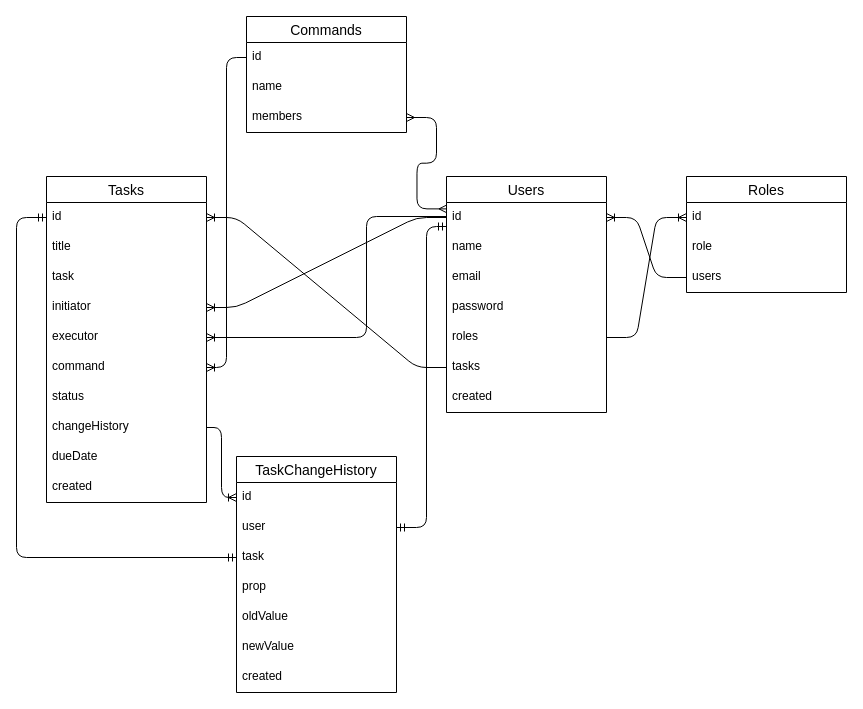
This is mongodb.drawio from SarkisMKRtchian/nanoproduct_test, a draw.io file, before an edit. Source tidied: cells renumbered, new cells numbered last; positions are measured from the earlier drawing's top-left corner, leaving out a move shared by most shapes. Both pictures are drawn from the tidied source at 100%, with x=0, y=0 at pixel (16, 16).
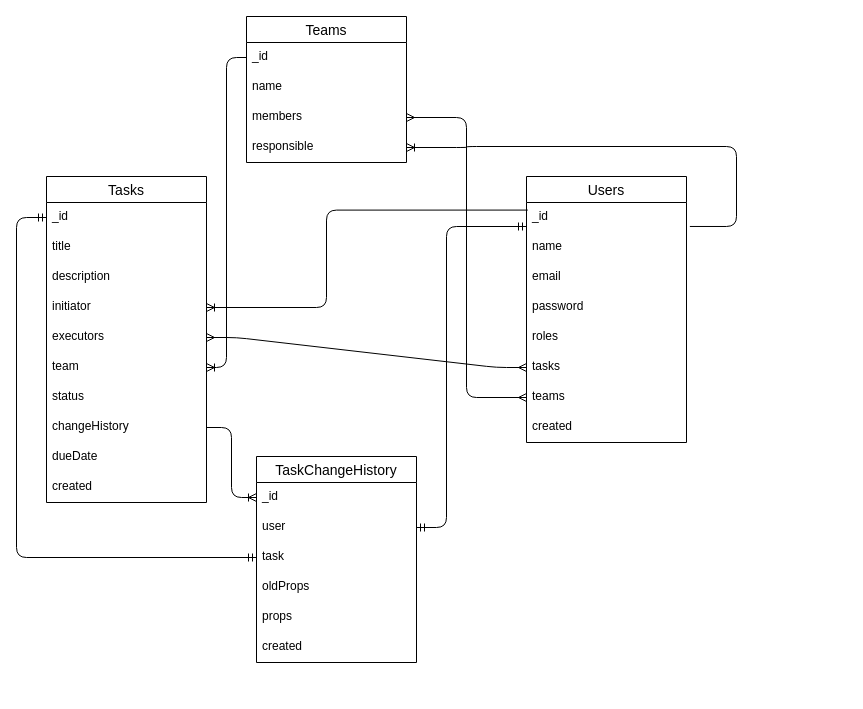
After the change.

Unchanged cells that the change refers to:
```xml
<mxCell id="7" value="roles" style="text;strokeColor=none;fillColor=none;spacingLeft=4;spacingRight=4;overflow=hidden;points=[[0,0.5],[1,0.5]];portConstraint=eastwest;fontSize=12;" parent="2" vertex="1">
  <mxGeometry y="146" width="160" height="30" as="geometry" />
</mxCell>
<mxCell id="8" value="tasks" style="text;strokeColor=none;fillColor=none;spacingLeft=4;spacingRight=4;overflow=hidden;points=[[0,0.5],[1,0.5]];portConstraint=eastwest;fontSize=12;" parent="2" vertex="1">
  <mxGeometry y="176" width="160" height="30" as="geometry" />
</mxCell>
<mxCell id="10" value="Tasks" style="swimlane;fontStyle=0;horizontal=1;startSize=26;align=center;fontSize=14;" parent="1" vertex="1">
  <mxGeometry x="30" y="160" width="160" height="326" as="geometry" />
</mxCell>
<mxCell id="14" value="initiator" style="text;strokeColor=none;fillColor=none;spacingLeft=4;spacingRight=4;overflow=hidden;points=[[0,0.5],[1,0.5]];portConstraint=eastwest;fontSize=12;" parent="10" vertex="1">
  <mxGeometry y="116" width="160" height="30" as="geometry" />
</mxCell>
<mxCell id="24" value="members" style="text;strokeColor=none;fillColor=none;spacingLeft=4;spacingRight=4;overflow=hidden;points=[[0,0.5],[1,0.5]];portConstraint=eastwest;fontSize=12;" parent="21" vertex="1">
  <mxGeometry y="86" width="160" height="30" as="geometry" />
</mxCell>
<mxCell id="37" value="user" style="text;strokeColor=none;fillColor=none;spacingLeft=4;spacingRight=4;overflow=hidden;points=[[0,0.5],[1,0.5]];portConstraint=eastwest;fontSize=12;" parent="35" vertex="1">
  <mxGeometry y="56" width="160" height="30" as="geometry" />
</mxCell>
```

Change to the diagram source:
```diff
@@
     <mxCell id="2" value="Users" style="swimlane;fontStyle=0;horizontal=1;startSize=26;align=center;fontSize=14;" parent="1" vertex="1">
-      <mxGeometry x="430" y="160" width="160" height="236" as="geometry" />
+      <mxGeometry x="510" y="160" width="160" height="266" as="geometry" />
     </mxCell>
-    <mxCell id="3" value="id" style="text;strokeColor=none;fillColor=none;spacingLeft=4;spacingRight=4;overflow=hidden;points=[[0,0.5],[1,0.5]];portConstraint=eastwest;fontSize=12;" parent="2" vertex="1">
+    <mxCell id="3" value="_id" style="text;strokeColor=none;fillColor=none;spacingLeft=4;spacingRight=4;overflow=hidden;points=[[0,0.5],[1,0.5]];portConstraint=eastwest;fontSize=12;" parent="2" vertex="1">
       <mxGeometry y="26" width="160" height="30" as="geometry" />
     </mxCell>
@@
+    <mxCell id="47" value="teams" style="text;strokeColor=none;fillColor=none;spacingLeft=4;spacingRight=4;overflow=hidden;points=[[0,0.5],[1,0.5]];portConstraint=eastwest;fontSize=12;" parent="2" vertex="1">
+      <mxGeometry y="206" width="160" height="30" as="geometry" />
+    </mxCell>
     <mxCell id="9" value="created" style="text;strokeColor=none;fillColor=none;spacingLeft=4;spacingRight=4;overflow=hidden;fontSize=12;" parent="2" vertex="1">
-      <mxGeometry y="206" width="160" height="30" as="geometry" />
+      <mxGeometry y="236" width="160" height="30" as="geometry" />
     </mxCell>
@@
-    <mxCell id="11" value="id" style="text;strokeColor=none;fillColor=none;spacingLeft=4;spacingRight=4;overflow=hidden;points=[[0,0.5],[1,0.5]];portConstraint=eastwest;fontSize=12;" parent="10" vertex="1">
+    <mxCell id="11" value="_id" style="text;strokeColor=none;fillColor=none;spacingLeft=4;spacingRight=4;overflow=hidden;points=[[0,0.5],[1,0.5]];portConstraint=eastwest;fontSize=12;" parent="10" vertex="1">
       <mxGeometry y="26" width="160" height="30" as="geometry" />
     </mxCell>
@@
-    <mxCell id="13" value="task" style="text;strokeColor=none;fillColor=none;spacingLeft=4;spacingRight=4;overflow=hidden;fontSize=12;" parent="10" vertex="1">
+    <mxCell id="13" value="description" style="text;strokeColor=none;fillColor=none;spacingLeft=4;spacingRight=4;overflow=hidden;fontSize=12;" parent="10" vertex="1">
       <mxGeometry y="86" width="160" height="30" as="geometry" />
     </mxCell>
@@
-    <mxCell id="15" value="executor" style="text;strokeColor=none;fillColor=none;spacingLeft=4;spacingRight=4;overflow=hidden;points=[[0,0.5],[1,0.5]];portConstraint=eastwest;fontSize=12;" parent="10" vertex="1">
+    <mxCell id="15" value="executors" style="text;strokeColor=none;fillColor=none;spacingLeft=4;spacingRight=4;overflow=hidden;points=[[0,0.5],[1,0.5]];portConstraint=eastwest;fontSize=12;" parent="10" vertex="1">
       <mxGeometry y="146" width="160" height="30" as="geometry" />
     </mxCell>
-    <mxCell id="16" value="command" style="text;strokeColor=none;fillColor=none;spacingLeft=4;spacingRight=4;overflow=hidden;points=[[0,0.5],[1,0.5]];portConstraint=eastwest;fontSize=12;" parent="10" vertex="1">
+    <mxCell id="16" value="team" style="text;strokeColor=none;fillColor=none;spacingLeft=4;spacingRight=4;overflow=hidden;points=[[0,0.5],[1,0.5]];portConstraint=eastwest;fontSize=12;" parent="10" vertex="1">
       <mxGeometry y="176" width="160" height="30" as="geometry" />
     </mxCell>
@@
-    <mxCell id="21" value="Commands" style="swimlane;fontStyle=0;horizontal=1;startSize=26;align=center;fontSize=14;" parent="1" vertex="1">
-      <mxGeometry x="230" width="160" height="116" as="geometry" />
+    <mxCell id="21" value="Teams" style="swimlane;fontStyle=0;horizontal=1;startSize=26;align=center;fontSize=14;" parent="1" vertex="1">
+      <mxGeometry x="230" width="160" height="146" as="geometry" />
     </mxCell>
-    <mxCell id="22" value="id" style="text;strokeColor=none;fillColor=none;spacingLeft=4;spacingRight=4;overflow=hidden;points=[[0,0.5],[1,0.5]];portConstraint=eastwest;fontSize=12;" parent="21" vertex="1">
+    <mxCell id="22" value="_id" style="text;strokeColor=none;fillColor=none;spacingLeft=4;spacingRight=4;overflow=hidden;points=[[0,0.5],[1,0.5]];portConstraint=eastwest;fontSize=12;" parent="21" vertex="1">
       <mxGeometry y="26" width="160" height="30" as="geometry" />
     </mxCell>
@@
+    <mxCell id="48" value="responsible" style="text;strokeColor=none;fillColor=none;spacingLeft=4;spacingRight=4;overflow=hidden;points=[[0,0.5],[1,0.5]];portConstraint=eastwest;fontSize=12;" parent="21" vertex="1">
+      <mxGeometry y="116" width="160" height="30" as="geometry" />
+    </mxCell>
-    <mxCell id="25" style="edgeStyle=entityRelationEdgeStyle;fontSize=12;html=1;endArrow=ERoneToMany;entryX=1;entryY=0.5;entryDx=0;entryDy=0;" parent="1" edge="1" source="3" target="14">
-      <mxGeometry relative="1" as="geometry" />
+    <mxCell id="25" style="edgeStyle=orthogonalEdgeStyle;fontSize=12;html=1;endArrow=ERoneToMany;entryX=1;entryY=0.5;entryDx=0;entryDy=0;exitX=0.008;exitY=0.253;exitDx=0;exitDy=0;exitPerimeter=0;" parent="1" edge="1" source="3" target="14">
+      <mxGeometry relative="1" as="geometry">
+        <Array as="points">
+          <mxPoint x="310" y="194" />
+          <mxPoint x="310" y="291" />
+        </Array>
+      </mxGeometry>
     </mxCell>
@@
-    <mxCell id="27" style="edgeStyle=entityRelationEdgeStyle;fontSize=12;html=1;endArrow=ERmany;startArrow=ERmany;entryX=0.003;entryY=0.213;entryDx=0;entryDy=0;exitX=1;exitY=0.5;exitDx=0;exitDy=0;entryPerimeter=0;" parent="1" edge="1" source="24" target="3">
+    <mxCell id="27" style="edgeStyle=orthogonalEdgeStyle;fontSize=12;html=1;endArrow=ERmany;startArrow=ERmany;entryX=0;entryY=0.5;entryDx=0;entryDy=0;exitX=1;exitY=0.5;exitDx=0;exitDy=0;" parent="1" edge="1" source="24" target="47">
       <mxGeometry relative="1" as="geometry" />
     </mxCell>
-    <mxCell id="28" style="edgeStyle=entityRelationEdgeStyle;fontSize=12;html=1;endArrow=ERoneToMany;exitX=0;exitY=0.5;exitDx=0;exitDy=0;entryX=1;entryY=0.5;entryDx=0;entryDy=0;" parent="1" edge="1" source="8" target="11">
-      <mxGeometry relative="1" as="geometry" />
-    </mxCell>
-    <mxCell id="29" value="Roles" style="swimlane;fontStyle=0;horizontal=1;startSize=26;align=center;fontSize=14;" parent="1" vertex="1">
-      <mxGeometry x="670" y="160" width="160" height="116" as="geometry" />
-    </mxCell>
-    <mxCell id="30" value="id" style="text;strokeColor=none;fillColor=none;spacingLeft=4;spacingRight=4;overflow=hidden;points=[[0,0.5],[1,0.5]];portConstraint=eastwest;fontSize=12;" parent="29" vertex="1">
-      <mxGeometry y="26" width="160" height="30" as="geometry" />
-    </mxCell>
-    <mxCell id="31" value="role" style="text;strokeColor=none;fillColor=none;spacingLeft=4;spacingRight=4;overflow=hidden;fontSize=12;" parent="29" vertex="1">
-      <mxGeometry y="56" width="160" height="30" as="geometry" />
-    </mxCell>
-    <mxCell id="32" value="users" style="text;strokeColor=none;fillColor=none;spacingLeft=4;spacingRight=4;overflow=hidden;points=[[0,0.5],[1,0.5]];portConstraint=eastwest;fontSize=12;" parent="29" vertex="1">
-      <mxGeometry y="86" width="160" height="30" as="geometry" />
-    </mxCell>
-    <mxCell id="33" style="edgeStyle=entityRelationEdgeStyle;fontSize=12;html=1;endArrow=ERoneToMany;entryX=0;entryY=0.5;entryDx=0;entryDy=0;exitX=1;exitY=0.5;exitDx=0;exitDy=0;" parent="1" edge="1" source="7" target="30">
-      <mxGeometry relative="1" as="geometry" />
-    </mxCell>
-    <mxCell id="34" style="edgeStyle=entityRelationEdgeStyle;fontSize=12;html=1;endArrow=ERoneToMany;exitX=0;exitY=0.5;exitDx=0;exitDy=0;" parent="1" edge="1" source="32" target="3">
-      <mxGeometry relative="1" as="geometry" />
-    </mxCell>
     <mxCell id="35" value="TaskChangeHistory" style="swimlane;fontStyle=0;horizontal=1;startSize=26;align=center;fontSize=14;" parent="1" vertex="1">
-      <mxGeometry x="220" y="440" width="160" height="236" as="geometry" />
+      <mxGeometry x="240" y="440" width="160" height="206" as="geometry" />
     </mxCell>
-    <mxCell id="36" value="id" style="text;strokeColor=none;fillColor=none;spacingLeft=4;spacingRight=4;overflow=hidden;points=[[0,0.5],[1,0.5]];portConstraint=eastwest;fontSize=12;" parent="35" vertex="1">
+    <mxCell id="36" value="_id" style="text;strokeColor=none;fillColor=none;spacingLeft=4;spacingRight=4;overflow=hidden;points=[[0,0.5],[1,0.5]];portConstraint=eastwest;fontSize=12;" parent="35" vertex="1">
       <mxGeometry y="26" width="160" height="30" as="geometry" />
     </mxCell>
@@
-    <mxCell id="39" value="prop" style="text;strokeColor=none;fillColor=none;spacingLeft=4;spacingRight=4;overflow=hidden;fontSize=12;" parent="35" vertex="1">
+    <mxCell id="39" value="oldProps" style="text;strokeColor=none;fillColor=none;spacingLeft=4;spacingRight=4;overflow=hidden;fontSize=12;" parent="35" vertex="1">
       <mxGeometry y="116" width="160" height="30" as="geometry" />
     </mxCell>
-    <mxCell id="40" value="oldValue" style="text;strokeColor=none;fillColor=none;spacingLeft=4;spacingRight=4;overflow=hidden;fontSize=12;" parent="35" vertex="1">
+    <mxCell id="40" value="props" style="text;strokeColor=none;fillColor=none;spacingLeft=4;spacingRight=4;overflow=hidden;fontSize=12;" parent="35" vertex="1">
       <mxGeometry y="146" width="160" height="30" as="geometry" />
     </mxCell>
-    <mxCell id="41" value="newValue" style="text;strokeColor=none;fillColor=none;spacingLeft=4;spacingRight=4;overflow=hidden;fontSize=12;" parent="35" vertex="1">
-      <mxGeometry y="176" width="160" height="30" as="geometry" />
-    </mxCell>
     <mxCell id="42" value="created" style="text;strokeColor=none;fillColor=none;spacingLeft=4;spacingRight=4;overflow=hidden;fontSize=12;" parent="35" vertex="1">
-      <mxGeometry y="206" width="160" height="30" as="geometry" />
+      <mxGeometry y="176" width="160" height="30" as="geometry" />
     </mxCell>
@@
     <mxCell id="44" style="edgeStyle=orthogonalEdgeStyle;fontSize=12;html=1;endArrow=ERmandOne;startArrow=ERmandOne;exitX=1;exitY=0.5;exitDx=0;exitDy=0;" parent="1" edge="1" source="37" target="3">
       <mxGeometry relative="1" as="geometry">
         <Array as="points">
-          <mxPoint x="410" y="511" />
-          <mxPoint x="410" y="210" />
+          <mxPoint x="430" y="511" />
+          <mxPoint x="430" y="210" />
         </Array>
       </mxGeometry>
     </mxCell>
-    <mxCell id="45" style="edgeStyle=orthogonalEdgeStyle;fontSize=12;html=1;endArrow=ERoneToMany;entryX=1;entryY=0.5;entryDx=0;entryDy=0;" parent="1" edge="1" source="3" target="15">
-      <mxGeometry relative="1" as="geometry">
-        <Array as="points">
-          <mxPoint x="350" y="200" />
-          <mxPoint x="350" y="321" />
-        </Array>
-      </mxGeometry>
-    </mxCell>
@@
+    <mxCell id="49" style="edgeStyle=orthogonalEdgeStyle;fontSize=12;html=1;endArrow=ERoneToMany;exitX=1.021;exitY=0.799;exitDx=0;exitDy=0;exitPerimeter=0;entryX=1;entryY=0.5;entryDx=0;entryDy=0;" parent="1" edge="1" source="3" target="48">
+      <mxGeometry relative="1" as="geometry">
+        <Array as="points">
+          <mxPoint x="720" y="210" />
+          <mxPoint x="720" y="130" />
+          <mxPoint x="450" y="130" />
+        </Array>
+      </mxGeometry>
+    </mxCell>
+    <mxCell id="50" style="edgeStyle=entityRelationEdgeStyle;fontSize=12;html=1;endArrow=ERmany;startArrow=ERmany;exitX=1;exitY=0.5;exitDx=0;exitDy=0;entryX=0;entryY=0.5;entryDx=0;entryDy=0;" parent="1" edge="1" source="15" target="8">
+      <mxGeometry relative="1" as="geometry" />
+    </mxCell>
```
